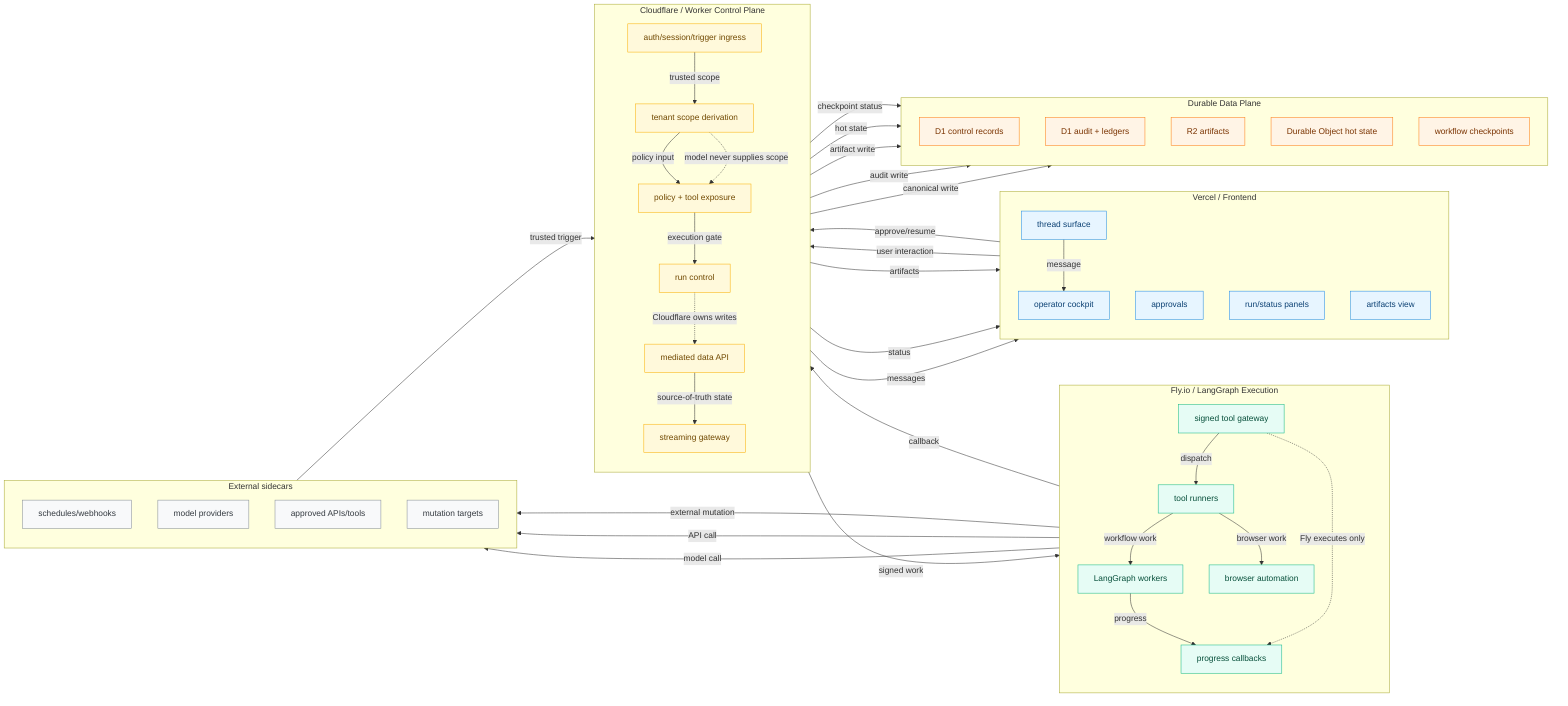
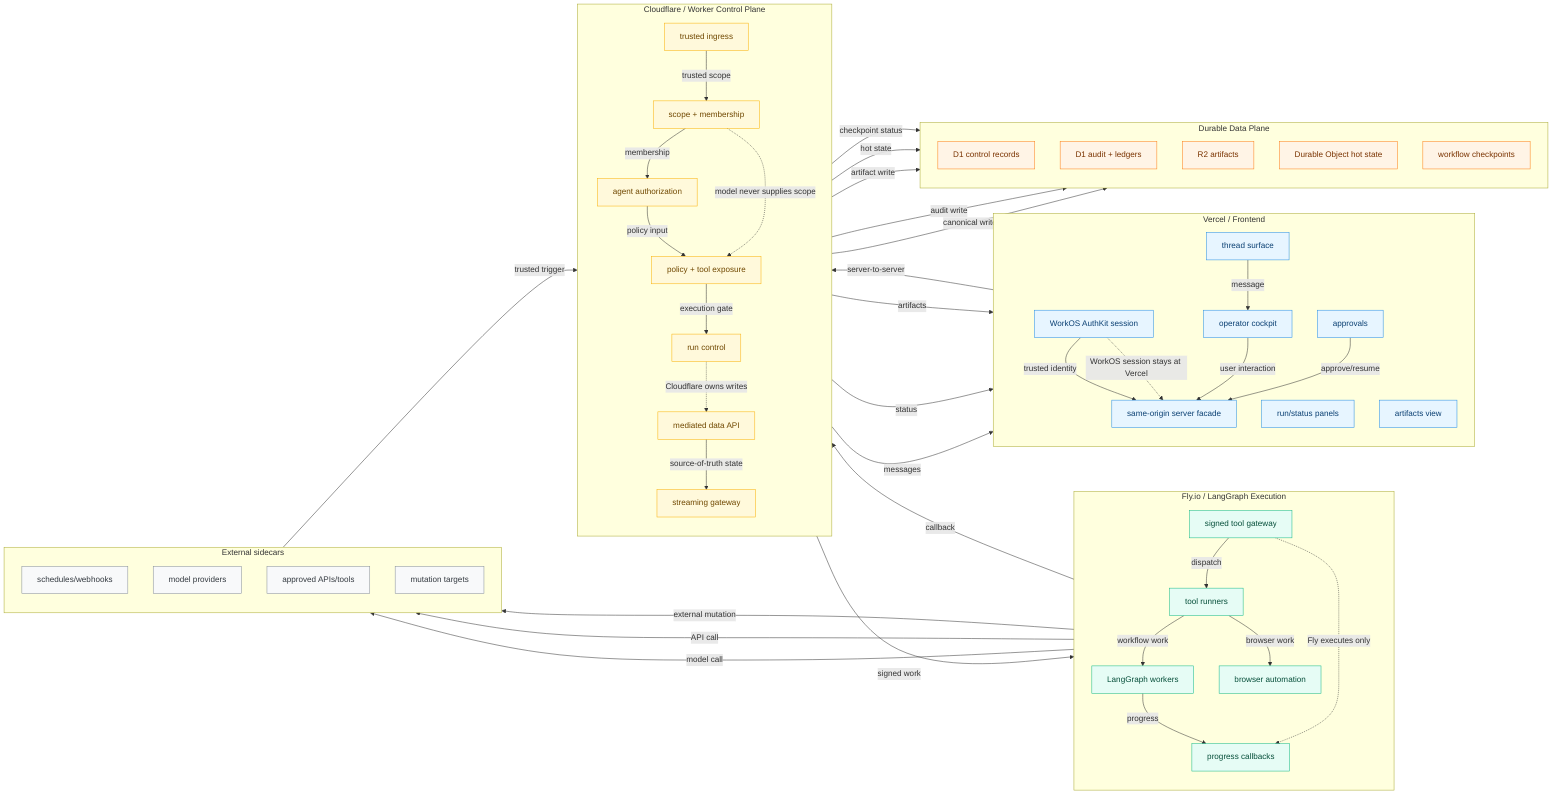
flowchart LR
  %% Assistant-MK1 north-star production topology.
  %% Four-pillar source for paste-into-Excalidraw rendering.

  classDef vercel fill:#e7f5ff,stroke:#228be6,color:#0b4073
  classDef cloudflare fill:#fff9db,stroke:#fab005,color:#704800
  classDef fly fill:#e6fcf5,stroke:#12b886,color:#064f3a
  classDef data fill:#fff4e6,stroke:#fd7e14,color:#7a3300
  classDef sidecar fill:#f8f9fa,stroke:#868e96,color:#343a40
  classDef invariant fill:#edf2ff,stroke:#868e96,color:#343a40

  subgraph sg_vercel["Vercel / Frontend"]
    direction TB
+     authKit["WorkOS AuthKit session"]
    cockpit["operator cockpit"]
+     serverFacade["same-origin server facade"]
    thread["thread surface"]
    approvals["approvals"]
    status["run/status panels"]
    artifactsUi["artifacts view"]
  end

  subgraph sg_cf["Cloudflare / Worker Control Plane"]
    direction TB
-     ingress["auth/session/trigger ingress"]
-     scope["tenant scope derivation"]
+     ingress["trusted ingress"]
+     scope["scope + membership"]
+     agentAuth["agent authorization"]
    policy["policy + tool exposure"]
    runControl["run control"]
    stream["streaming gateway"]
    dataApi["mediated data API"]
  end

  subgraph sg_fly["Fly.io / LangGraph Execution"]
    direction TB
    signedGateway["signed tool gateway"]
    runners["tool runners"]
    browserAuto["browser automation"]
    langgraphWorkers["LangGraph workers"]
    progress["progress callbacks"]
  end

  subgraph sg_data["Durable Data Plane"]
    direction TB
    d1Control["D1 control records"]
    d1Audit["D1 audit + ledgers"]
    r2["R2 artifacts"]
    durableObject["Durable Object hot state"]
    workflowState["workflow checkpoints"]
  end

  subgraph sg_sidecar["External sidecars"]
    direction TB
    schedules["schedules/webhooks"]
    models["model providers"]
    approvedApis["approved APIs/tools"]
    mutationTargets["mutation targets"]
  end

-   cockpit -- "user interaction" --> ingress
+   cockpit -- "user interaction" --> serverFacade
+   authKit -- "trusted identity" --> serverFacade
+   serverFacade -- "server-to-server" --> ingress
  thread -- "message" --> cockpit
-   approvals -- "approve/resume" --> ingress
+   approvals -- "approve/resume" --> serverFacade
  schedules -- "trusted trigger" --> ingress

  ingress -- "trusted scope" --> scope
-   scope -- "policy input" --> policy
+   scope -- "membership" --> agentAuth
+   agentAuth -- "policy input" --> policy
  policy -- "execution gate" --> runControl
  runControl -- "signed work" --> signedGateway

  signedGateway -- "dispatch" --> runners
  runners -- "workflow work" --> langgraphWorkers
  runners -- "browser work" --> browserAuto
  langgraphWorkers -- "progress" --> progress
  progress -- "callback" --> dataApi

  langgraphWorkers -- "model call" --> models
  runners -- "API call" --> approvedApis
  browserAuto -- "external mutation" --> mutationTargets

  dataApi -- "canonical write" --> d1Control
  dataApi -- "audit write" --> d1Audit
  dataApi -- "artifact write" --> r2
  dataApi -- "hot state" --> durableObject
  dataApi -- "checkpoint status" --> workflowState
  dataApi -- "source-of-truth state" --> stream

  stream -- "messages" --> thread
  stream -- "status" --> status
  stream -- "artifacts" --> artifactsUi

+   authKit -. "WorkOS session stays at Vercel" .-> serverFacade
  scope -. "model never supplies scope" .-> policy
  runControl -. "Cloudflare owns writes" .-> dataApi
  signedGateway -. "Fly executes only" .-> progress

-   class cockpit,thread,approvals,status,artifactsUi vercel
-   class ingress,scope,policy,runControl,stream,dataApi cloudflare
+   class authKit,cockpit,serverFacade,thread,approvals,status,artifactsUi vercel
+   class ingress,scope,agentAuth,policy,runControl,stream,dataApi cloudflare
  class signedGateway,runners,browserAuto,langgraphWorkers,progress fly
  class d1Control,d1Audit,r2,durableObject,workflowState data
  class schedules,models,approvedApis,mutationTargets sidecar
